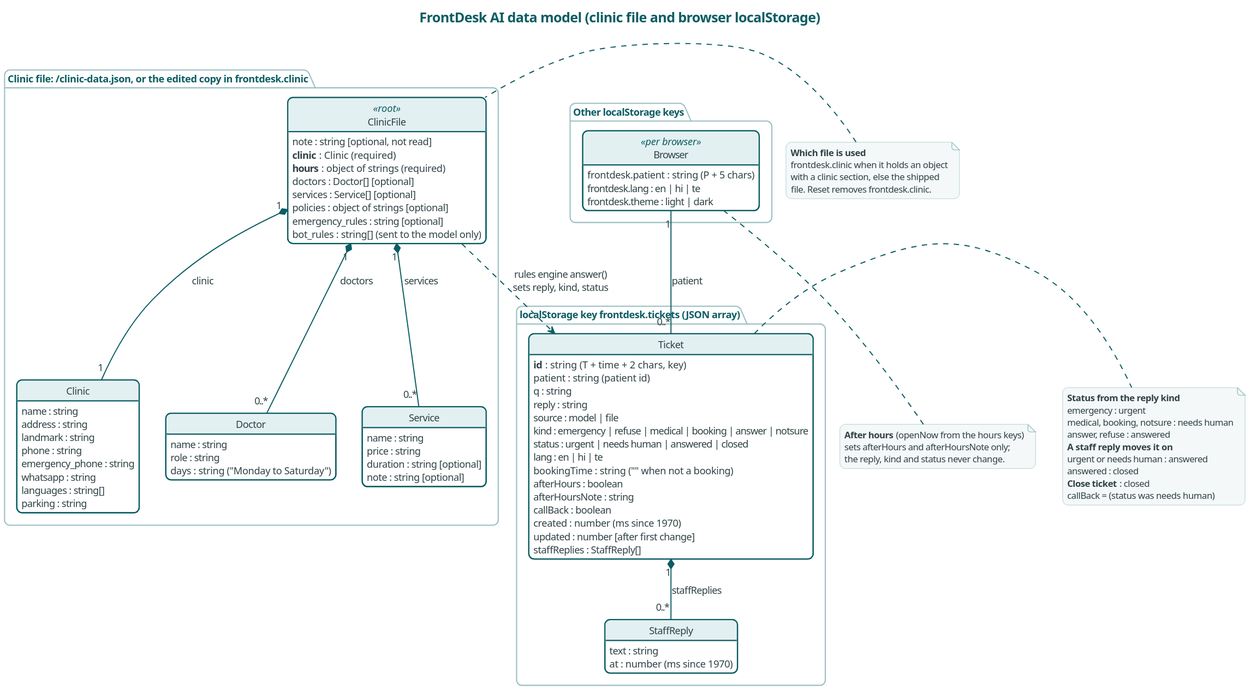
The PlantUML diagram docs/diagrams/data-model.svg in karwasanjay007/frontdesk-ai-docs, before a commit. Source of this version:
```plantuml
@startuml
title FrontDesk AI data model (clinic file and browser localStorage)

skinparam backgroundColor #FFFFFF
skinparam shadowing false
skinparam roundCorner 14
skinparam defaultFontName "Segoe UI"
skinparam defaultFontSize 13
skinparam titleFontSize 18
skinparam titleFontColor #0B5D63
skinparam ArrowColor #0B5D63
skinparam ArrowFontColor #2F4245
skinparam ArrowThickness 1.4
skinparam class {
  BackgroundColor #FFFFFF
  BorderColor #0B5D63
  BorderThickness 1.6
  HeaderBackgroundColor #E3F0F1
  FontColor #132326
  AttributeFontColor #2F4245
  StereotypeFontColor #0B5D63
}
skinparam note {
  BackgroundColor #F4F8F8
  BorderColor #9BBFC2
  FontColor #2F4245
  FontSize 12
}
skinparam package {
  BorderColor #9BBFC2
  FontColor #0B5D63
  BackgroundColor #FFFFFF
}
hide circle
hide methods
set separator none

package "Clinic file: /clinic-data.json, or the edited copy in frontdesk.clinic" {
  class ClinicFile <<root>> {
    note : string [optional, not read]
    {field} <b>clinic</b> : Clinic  (required)
    {field} <b>hours</b> : object of strings  (required)
    doctors : Doctor[] [optional]
    services : Service[] [optional]
    policies : object of strings [optional]
    emergency_rules : string [optional]
    {field} bot_rules : string[]  (sent to the model only)
  }
  class Clinic {
    name : string
    address : string
    landmark : string
    phone : string
    emergency_phone : string
    whatsapp : string
    languages : string[]
    parking : string
  }
  class Doctor {
    name : string
    role : string
    {field} days : string  ("Monday to Saturday")
  }
  class Service {
    name : string
    price : string
    duration : string [optional]
    note : string [optional]
  }
}

package "localStorage key frontdesk.tickets (JSON array)" {
  class Ticket {
    {field} <b>id</b> : string  (T + time + 2 chars, key)
    {field} patient : string  (patient id)
    q : string
    reply : string
    source : model | file
    kind : emergency | refuse | medical | booking | answer | notsure
    status : urgent | needs human | answered | closed
    lang : en | hi | te
    {field} bookingTime : string  ("" when not a booking)
    afterHours : boolean
    afterHoursNote : string
    callBack : boolean
    {field} created : number  (ms since 1970)
    {field} updated : number [after first change]
    staffReplies : StaffReply[]
  }
  class StaffReply {
    text : string
    {field} at : number  (ms since 1970)
  }
}

package "Other localStorage keys" {
  class Browser <<per browser>> {
    {field} frontdesk.patient : string  (P + 5 chars)
    frontdesk.lang : en | hi | te
    frontdesk.theme : light | dark
  }
}

ClinicFile "1" *-- "1" Clinic : clinic
ClinicFile "1" *-- "0..*" Doctor : doctors
ClinicFile "1" *-- "0..*" Service : services
Ticket "1" *-- "0..*" StaffReply : staffReplies
Browser "1" -- "0..*" Ticket : patient
ClinicFile ..> Ticket : rules engine answer()\nsets reply, kind, status

note right of Ticket
  <b>Status from the reply kind</b>
  emergency : urgent
  medical, booking, notsure : needs human
  answer, refuse : answered
  <b>A staff reply moves it on</b>
  urgent or needs human : answered
  answered : closed
  <b>Close ticket</b> : closed
  callBack = (status was needs human)
end note

note bottom of Browser
  <b>After hours</b> (openNow from the hours keys)
  sets afterHours and afterHoursNote only;
  the reply, kind and status never change.
end note

note left of ClinicFile
  <b>Which file is used</b>
  frontdesk.clinic when it holds an object
  with a clinic section, else the shipped
  file. Reset removes frontdesk.clinic.
end note
@enduml
```
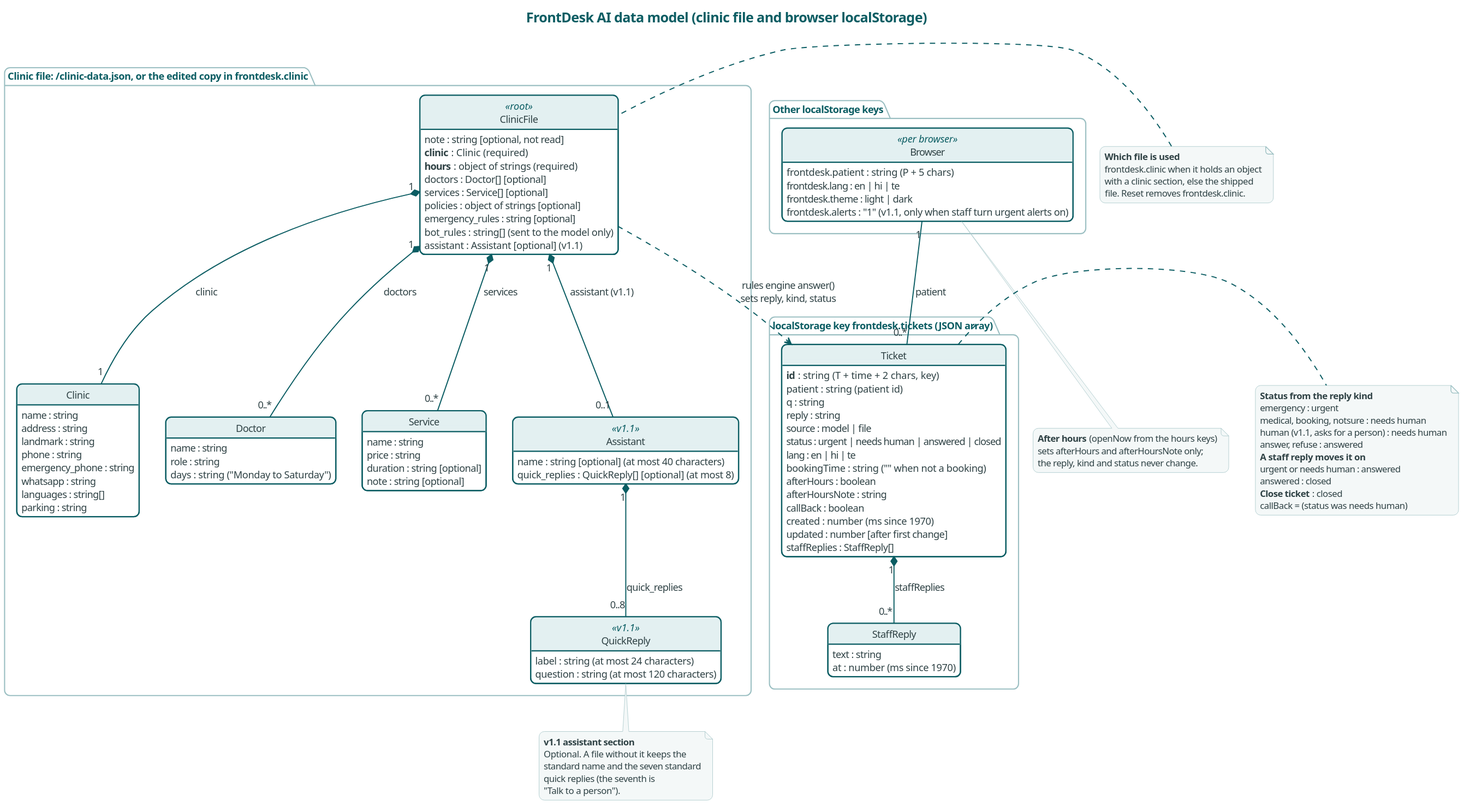
The same file after the commit.

Commit message:
Diagrams for version 1.1.0.0: data model with the assistant section and the human reply kind, the form in J6, new journey J8 ask for a person

Change to the diagram source:
```diff
@@ -45,6 +45,7 @@
     policies : object of strings [optional]
     emergency_rules : string [optional]
     {field} bot_rules : string[]  (sent to the model only)
+    {field} assistant : Assistant [optional]  (v1.1)
   }
   class Clinic {
     name : string
@@ -67,6 +68,14 @@
     duration : string [optional]
     note : string [optional]
   }
+  class Assistant <<v1.1>> {
+    {field} name : string [optional]  (at most 40 characters)
+    {field} quick_replies : QuickReply[] [optional]  (at most 8)
+  }
+  class QuickReply <<v1.1>> {
+    {field} label : string  (at most 24 characters)
+    {field} question : string  (at most 120 characters)
+  }
 }
 
 package "localStorage key frontdesk.tickets (JSON array)" {
@@ -76,7 +85,7 @@
     q : string
     reply : string
     source : model | file
-    kind : emergency | refuse | medical | booking | answer | notsure
+    kind : emergency | refuse | medical | booking | answer | notsure | human (v1.1)
     status : urgent | needs human | answered | closed
     lang : en | hi | te
     {field} bookingTime : string  ("" when not a booking)
@@ -98,12 +107,15 @@
     {field} frontdesk.patient : string  (P + 5 chars)
     frontdesk.lang : en | hi | te
     frontdesk.theme : light | dark
+    {field} frontdesk.alerts : "1"  (v1.1, only when staff turn urgent alerts on)
   }
 }
 
 ClinicFile "1" *-- "1" Clinic : clinic
 ClinicFile "1" *-- "0..*" Doctor : doctors
 ClinicFile "1" *-- "0..*" Service : services
+ClinicFile "1" *-- "0..1" Assistant : assistant (v1.1)
+Assistant "1" *-- "0..8" QuickReply : quick_replies
 Ticket "1" *-- "0..*" StaffReply : staffReplies
 Browser "1" -- "0..*" Ticket : patient
 ClinicFile ..> Ticket : rules engine answer()\nsets reply, kind, status
@@ -112,6 +124,7 @@
   <b>Status from the reply kind</b>
   emergency : urgent
   medical, booking, notsure : needs human
+  human (v1.1, asks for a person) : needs human
   answer, refuse : answered
   <b>A staff reply moves it on</b>
   urgent or needs human : answered
@@ -126,6 +139,14 @@
   the reply, kind and status never change.
 end note
 
+note bottom of QuickReply
+  <b>v1.1 assistant section</b>
+  Optional. A file without it keeps the
+  standard name and the seven standard
+  quick replies (the seventh is
+  "Talk to a person").
+end note
+
 note left of ClinicFile
   <b>Which file is used</b>
   frontdesk.clinic when it holds an object
```
